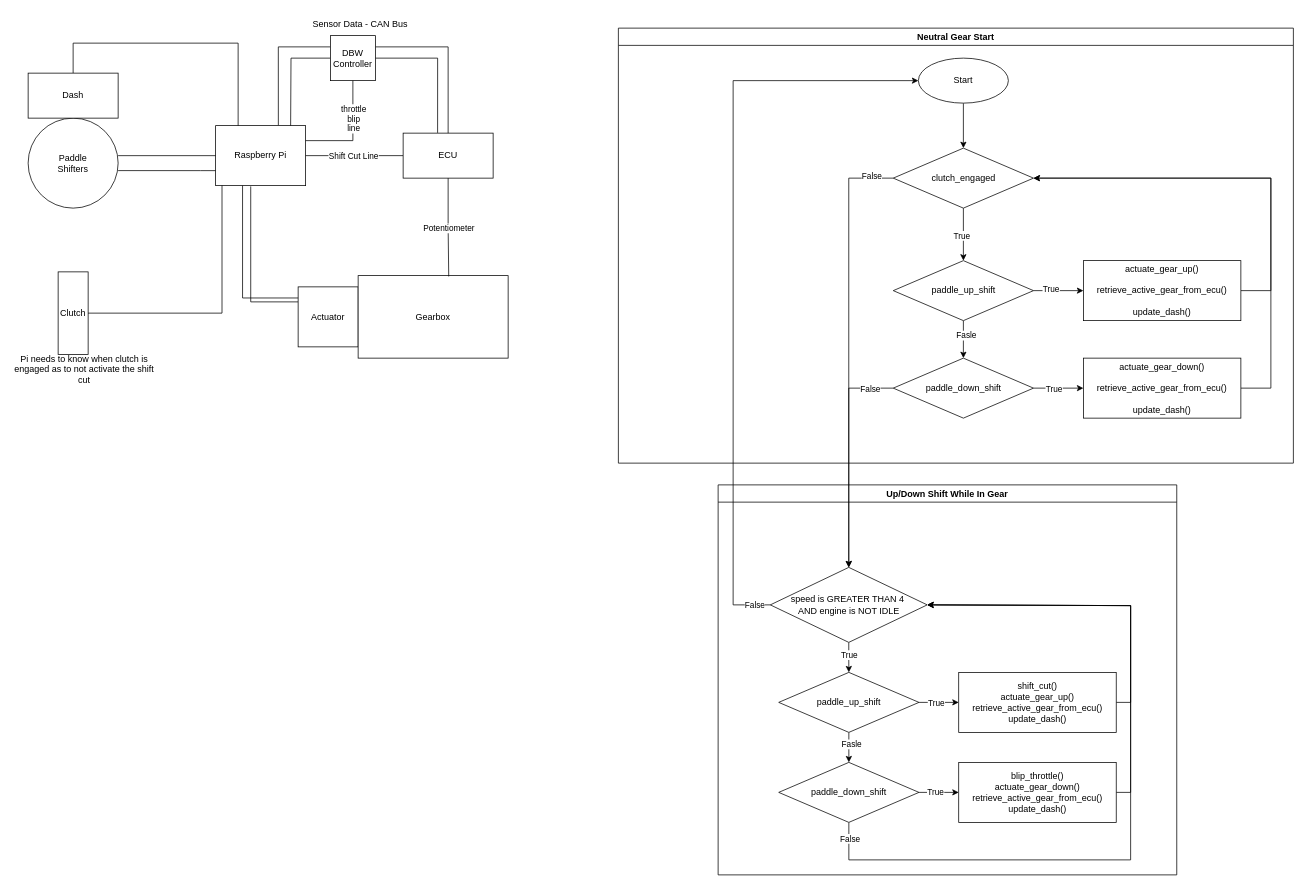
Above: resources/fsul_electronics_layout_with_flowcharts_v1.drawio in kourousis/fsul-electronics (draw.io), before the change. Source tidied: cells renumbered, new cells numbered last; positions are measured from the earlier drawing's top-left corner, leaving out a move shared by most shapes. Both pictures are drawn from the tidied source at 75%, with x=0, y=0 at pixel (13, 13).
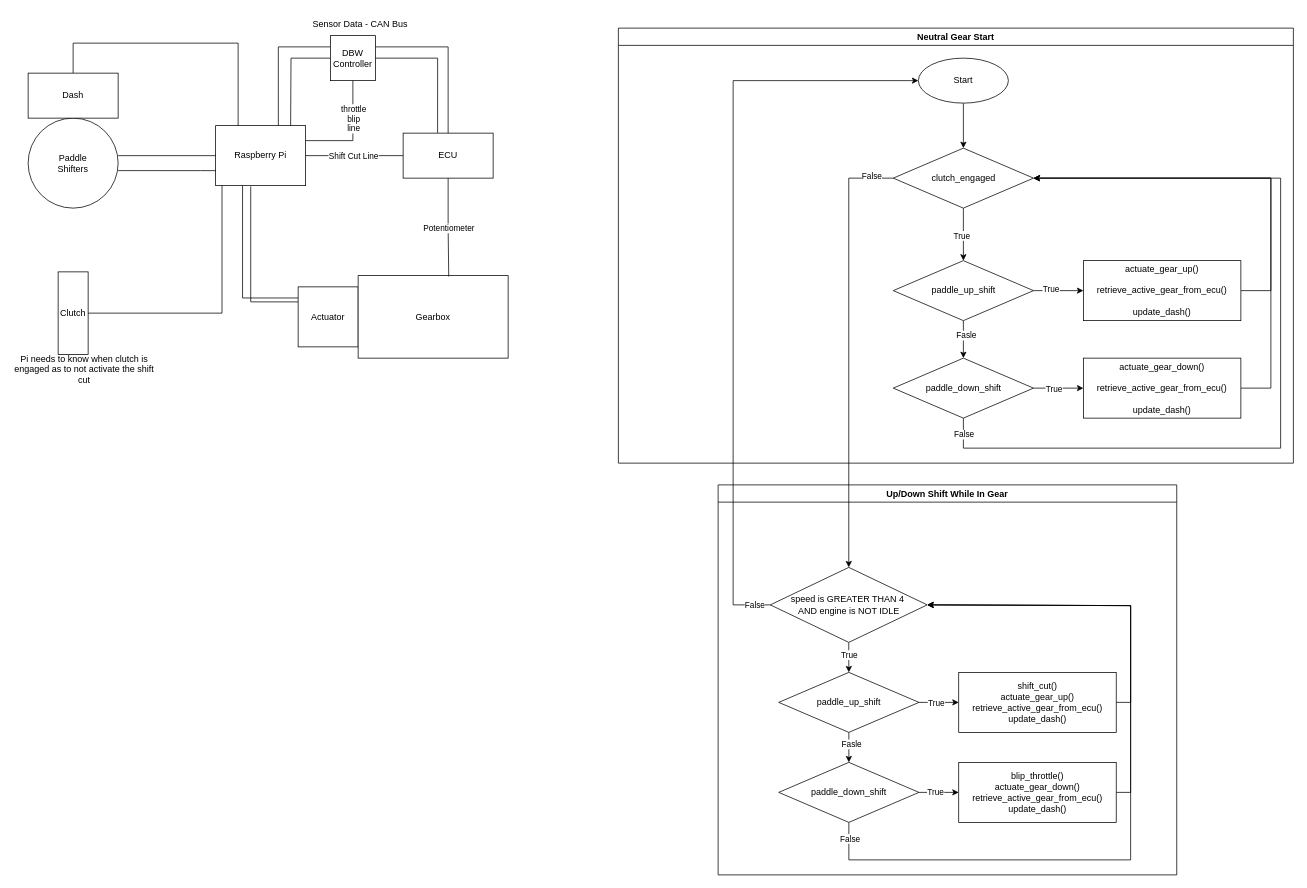
The same page after the edit.

The change refers to these unchanged cells:
```xml
<mxCell id="21" value="Neutral Gear Start" style="swimlane;" parent="1" vertex="1">
  <mxGeometry x="807" y="20" width="900" height="580" as="geometry" />
</mxCell>
<mxCell id="26" value="clutch_engaged" style="rhombus;whiteSpace=wrap;html=1;" parent="21" vertex="1">
  <mxGeometry x="366.5" y="160" width="187" height="80" as="geometry" />
</mxCell>
<mxCell id="34" value="paddle_down_shift" style="rhombus;whiteSpace=wrap;html=1;" parent="21" vertex="1">
  <mxGeometry x="366.5" y="440" width="187" height="80" as="geometry" />
</mxCell>
<mxCell id="56" value="&lt;div&gt;speed is GREATER THAN 4&amp;nbsp;&lt;/div&gt;&lt;div&gt;AND engine is NOT IDLE&lt;/div&gt;" style="rhombus;whiteSpace=wrap;html=1;" parent="39" vertex="1">
  <mxGeometry x="69.6" y="110" width="209.2" height="100" as="geometry" />
</mxCell>
```

Change to the diagram source:
```diff
@@
+    <mxCell id="70" style="edgeStyle=orthogonalEdgeStyle;html=1;entryX=1;entryY=0.5;entryDx=0;entryDy=0;exitX=0.5;exitY=1;exitDx=0;exitDy=0;rounded=0;" parent="21" edge="1" source="34" target="26">
+      <mxGeometry relative="1" as="geometry">
+        <Array as="points">
+          <mxPoint x="460" y="560" />
+          <mxPoint x="883" y="560" />
+          <mxPoint x="883" y="200" />
+        </Array>
+      </mxGeometry>
+    </mxCell>
+    <mxCell id="65" value="False" style="edgeLabel;html=1;align=center;verticalAlign=middle;" parent="70" vertex="1">
+      <mxGeometry x="-0.97" y="-4" relative="1" as="geometry">
+        <mxPoint x="4" y="4" as="offset" />
+      </mxGeometry>
+    </mxCell>
@@
-    <mxCell id="64" style="edgeStyle=orthogonalEdgeStyle;rounded=0;jettySize=auto;html=1;exitX=0;exitY=0.5;exitDx=0;exitDy=0;entryX=0.5;entryY=0;entryDx=0;entryDy=0;" parent="1" edge="1" source="34" target="56">
-      <mxGeometry relative="1" as="geometry">
-        <Array as="points">
-          <mxPoint x="1114" y="500" />
-        </Array>
-      </mxGeometry>
-    </mxCell>
-    <mxCell id="65" value="False" style="edgeLabel;html=1;align=center;verticalAlign=middle;" parent="64" vertex="1">
-      <mxGeometry x="-0.93" y="-1" relative="1" as="geometry">
-        <mxPoint x="-21" y="1" as="offset" />
-      </mxGeometry>
-    </mxCell>
```
